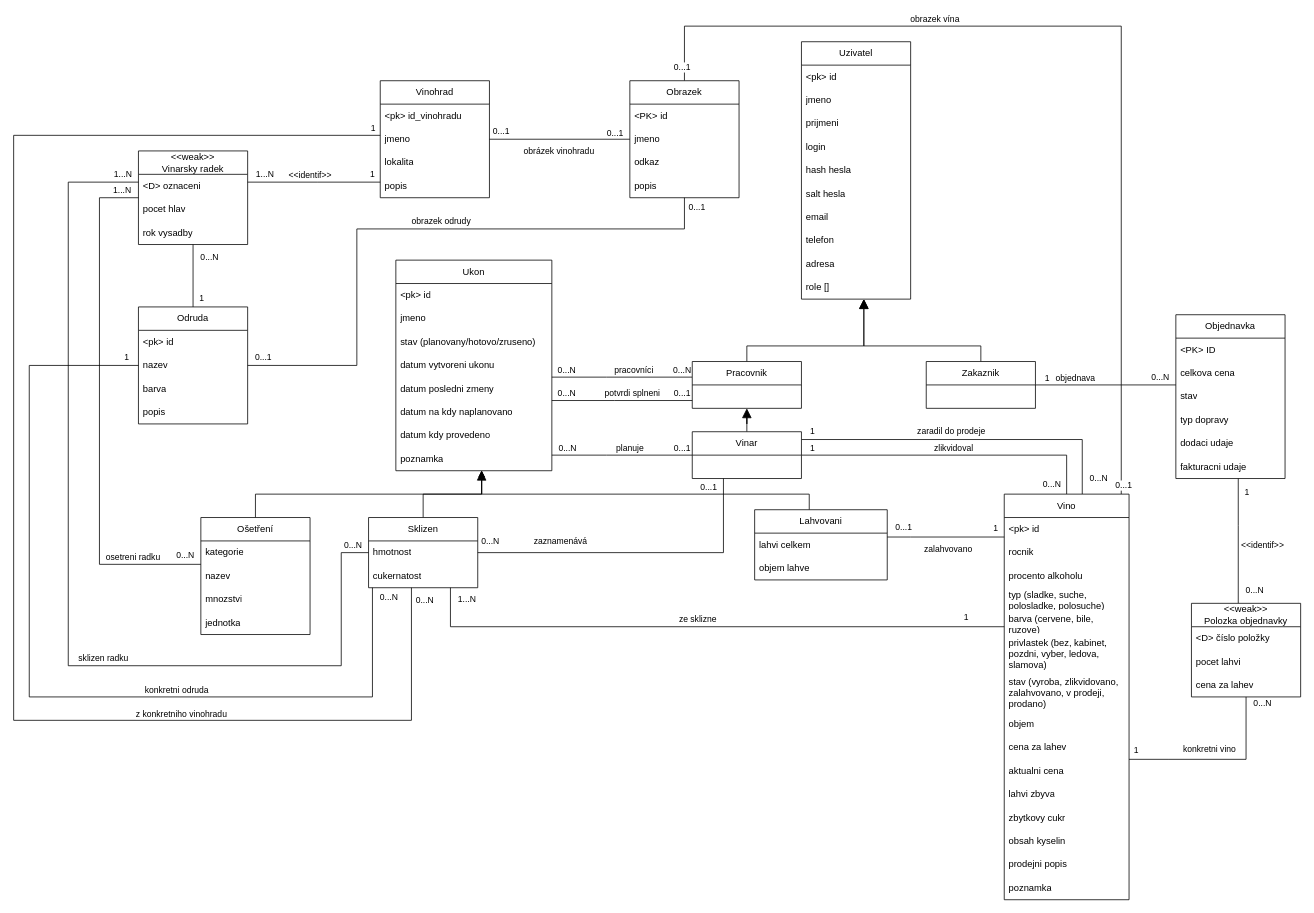
Above: docs/iis_er.drawio in MiroSatona/winery-information-system (draw.io), before the change. Source tidied: cells renumbered, new cells numbered last; positions are measured from the earlier drawing's top-left corner, leaving out a move shared by most shapes. Both pictures are drawn from the tidied source at 78%, with x=0, y=0 at pixel (13, 26).
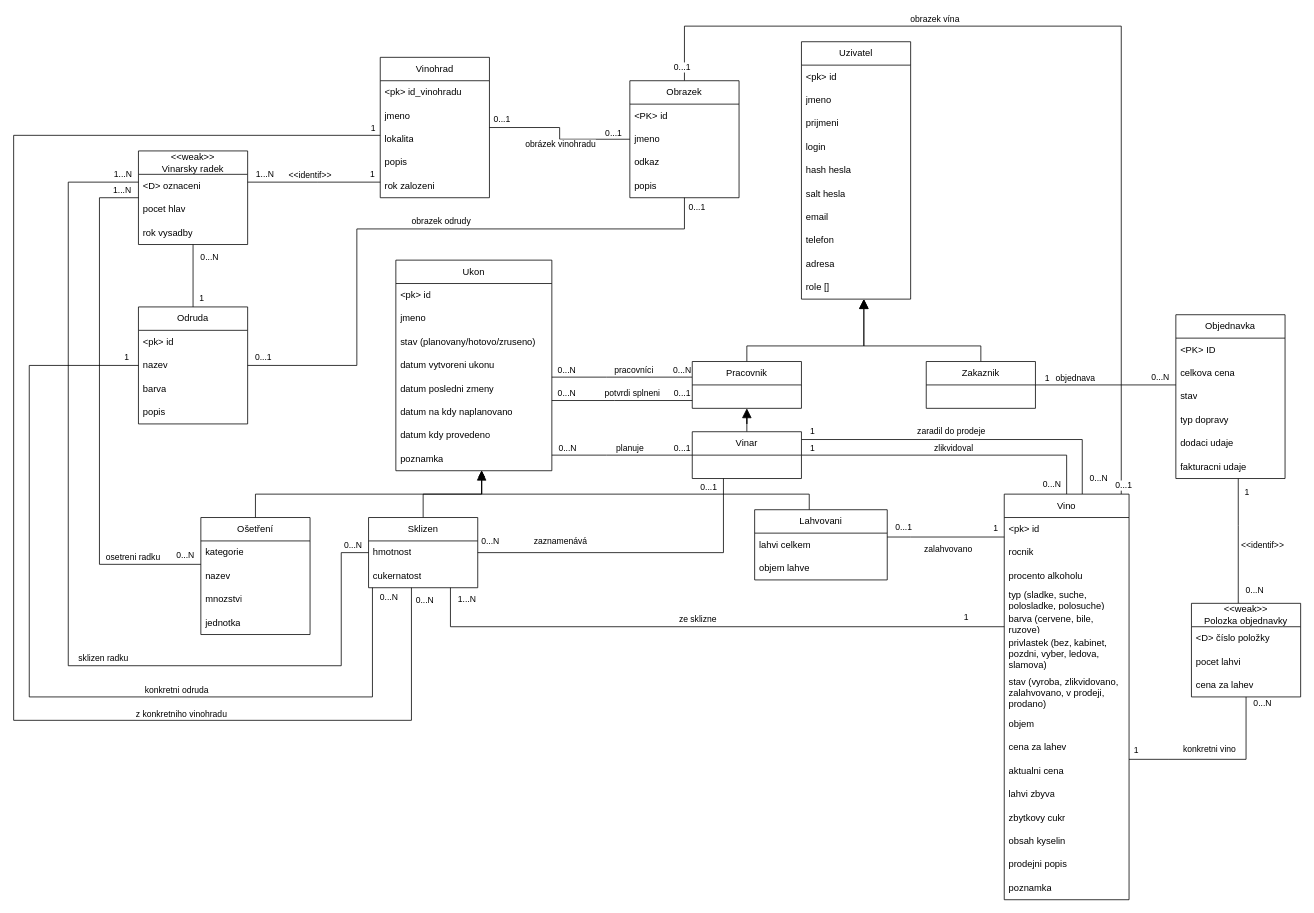
The same page after the edit.

The edit, as a diff of the source:
```diff
@@
     <mxCell id="6" value="&lt;div&gt;Vinohrad&lt;/div&gt;" style="swimlane;fontStyle=0;horizontal=1;startSize=30;whiteSpace=wrap;html=1;" parent="1" vertex="1">
-      <mxGeometry x="470" y="70" width="140" height="150" as="geometry" />
+      <mxGeometry x="470" y="40" width="140" height="180" as="geometry" />
     </mxCell>
@@
+    <mxCell id="167" value="rok zalozeni" style="text;strokeColor=none;fillColor=none;align=left;verticalAlign=middle;spacingLeft=4;spacingRight=4;overflow=hidden;whiteSpace=wrap;html=1;" parent="6" vertex="1">
+      <mxGeometry y="150" width="140" height="30" as="geometry" />
+    </mxCell>
```
